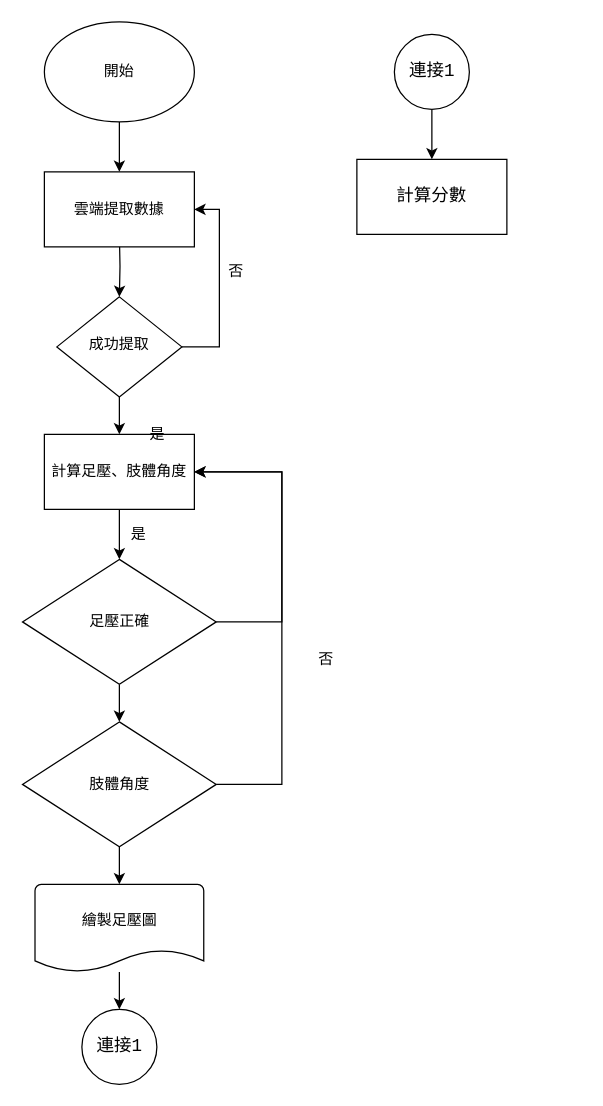
Above: Untitled Diagram.drawio in kelly1117ws/sql_project (draw.io), before the change. Source tidied: cells renumbered, new cells numbered last; positions are measured from the earlier drawing's top-left corner, leaving out a move shared by most shapes. Both pictures are drawn from the tidied source at 125%, with x=0, y=0 at pixel (21, 21).
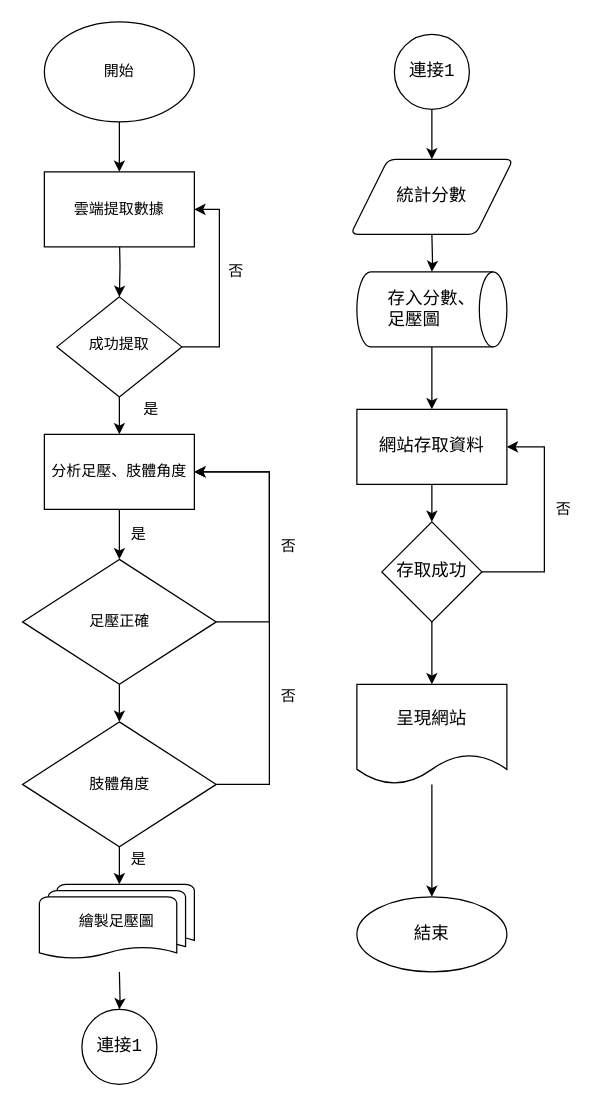
After the change.

Commit message:
新增網站存取方法

Unchanged cells that the change refers to:
```xml
<mxCell id="13" value="足壓正確" style="rhombus;whiteSpace=wrap;html=1;rounded=0;shadow=0;" parent="1" vertex="1">
  <mxGeometry x="0.5" y="430" width="155" height="100" as="geometry" />
</mxCell>
<mxCell id="20" value="肢體角度" style="rhombus;whiteSpace=wrap;html=1;rounded=0;shadow=0;" parent="1" vertex="1">
  <mxGeometry x="0.5" y="560" width="155" height="100" as="geometry" />
</mxCell>
<mxCell id="23" style="verticalLabelPosition=bottom;verticalAlign=top;html=1;shape=mxgraph.flowchart.on-page_reference;shadow=0;fontFamily=Courier New;fontSize=14;strokeWidth=1;" parent="1" vertex="1">
  <mxGeometry x="48" y="790" width="60" height="60" as="geometry" />
</mxCell>
<mxCell id="26" style="verticalLabelPosition=bottom;verticalAlign=top;html=1;shape=mxgraph.flowchart.on-page_reference;shadow=0;fontFamily=Courier New;fontSize=14;strokeWidth=1;" parent="1" vertex="1">
  <mxGeometry x="298" y="10" width="60" height="60" as="geometry" />
</mxCell>
```

Change to the diagram source:
```diff
@@
-    <mxCell id="10" value="計算足壓、&lt;span style=&quot;text-align: right&quot;&gt;肢體角度&lt;/span&gt;" style="rounded=0;whiteSpace=wrap;html=1;shadow=0;" parent="1" vertex="1">
+    <mxCell id="10" value="分析足壓、&lt;span style=&quot;text-align: right&quot;&gt;肢體角度&lt;/span&gt;" style="rounded=0;whiteSpace=wrap;html=1;shadow=0;" parent="1" vertex="1">
       <mxGeometry x="18" y="330" width="120" height="60" as="geometry" />
     </mxCell>
     <mxCell id="11" style="edgeStyle=orthogonalEdgeStyle;rounded=0;jettySize=auto;html=1;entryX=1;entryY=0.5;entryDx=0;entryDy=0;" parent="1" edge="1" source="13" target="10">
       <mxGeometry relative="1" as="geometry">
         <Array as="points">
-          <mxPoint x="208" y="480" />
-          <mxPoint x="208" y="360" />
+          <mxPoint x="198" y="480" />
+          <mxPoint x="198" y="360" />
         </Array>
       </mxGeometry>
     </mxCell>
@@
     <mxCell id="15" value="是" style="text;html=1;align=center;verticalAlign=middle;strokeColor=none;fillColor=none;" parent="1" vertex="1">
-      <mxGeometry x="93" y="320" width="30" height="20" as="geometry" />
+      <mxGeometry x="88" y="300" width="30" height="20" as="geometry" />
     </mxCell>
     <mxCell id="16" value="否" style="text;html=1;align=center;verticalAlign=middle;strokeColor=none;fillColor=none;" parent="1" vertex="1">
-      <mxGeometry x="228" y="500" width="30" height="20" as="geometry" />
+      <mxGeometry x="198" y="410" width="30" height="20" as="geometry" />
     </mxCell>
@@
     <mxCell id="18" style="edgeStyle=orthogonalEdgeStyle;rounded=0;jettySize=auto;html=1;" parent="1" edge="1" source="20">
       <mxGeometry relative="1" as="geometry">
         <mxPoint x="138" y="360" as="targetPoint" />
         <Array as="points">
-          <mxPoint x="208" y="610" />
-          <mxPoint x="208" y="360" />
+          <mxPoint x="198" y="610" />
+          <mxPoint x="198" y="360" />
         </Array>
       </mxGeometry>
     </mxCell>
-    <mxCell id="19" style="edgeStyle=orthogonalEdgeStyle;rounded=0;jettySize=auto;html=1;entryX=0.5;entryY=0;entryDx=0;entryDy=0;entryPerimeter=0;" parent="1" edge="1" source="20" target="22">
-      <mxGeometry relative="1" as="geometry" />
+    <mxCell id="19" style="edgeStyle=orthogonalEdgeStyle;rounded=0;jettySize=auto;html=1;entryX=0.5;entryY=0;entryDx=0;entryDy=0;entryPerimeter=0;" parent="1" edge="1" source="20">
+      <mxGeometry relative="1" as="geometry">
+        <mxPoint x="78" y="690" as="targetPoint" />
+      </mxGeometry>
     </mxCell>
@@
-    <mxCell id="21" style="edgeStyle=orthogonalEdgeStyle;rounded=0;jettySize=auto;html=1;fontFamily=Courier New;fontSize=14;" parent="1" edge="1" source="22" target="23">
-      <mxGeometry relative="1" as="geometry" />
+    <mxCell id="21" style="edgeStyle=orthogonalEdgeStyle;rounded=0;jettySize=auto;html=1;fontFamily=Courier New;fontSize=14;" parent="1" edge="1" target="23">
+      <mxGeometry relative="1" as="geometry">
+        <mxPoint x="78" y="760" as="sourcePoint" />
+      </mxGeometry>
     </mxCell>
-    <mxCell id="22" value="&lt;p style=&quot;line-height: 0.6&quot;&gt;繪製足壓圖&lt;/p&gt;" style="strokeWidth=1;html=1;shape=mxgraph.flowchart.document2;whiteSpace=wrap;size=0.25;shadow=0;align=center;verticalAlign=top;spacing=9;" parent="1" vertex="1">
-      <mxGeometry x="10.5" y="690" width="135" height="70" as="geometry" />
-    </mxCell>
@@
-    <mxCell id="25" style="edgeStyle=orthogonalEdgeStyle;rounded=0;jettySize=auto;html=1;fontFamily=Courier New;fontSize=14;" parent="1" edge="1" source="26" target="28">
-      <mxGeometry relative="1" as="geometry" />
+    <mxCell id="25" style="edgeStyle=orthogonalEdgeStyle;rounded=0;jettySize=auto;html=1;fontFamily=Courier New;fontSize=14;" parent="1" edge="1" source="26">
+      <mxGeometry relative="1" as="geometry">
+        <mxPoint x="328" y="110" as="targetPoint" />
+      </mxGeometry>
     </mxCell>
@@
-    <mxCell id="28" value="計算分數" style="whiteSpace=wrap;html=1;fontSize=14;fontFamily=Courier New;verticalAlign=middle;shadow=0;strokeWidth=1;" parent="1" vertex="1">
-      <mxGeometry x="268" y="110" width="120" height="60" as="geometry" />
-    </mxCell>
+    <mxCell id="30" style="edgeStyle=orthogonalEdgeStyle;rounded=0;jettySize=auto;html=1;fontFamily=Courier New;fontSize=14;" parent="1" edge="1" target="32">
+      <mxGeometry relative="1" as="geometry">
+        <mxPoint x="328" y="170" as="sourcePoint" />
+      </mxGeometry>
+    </mxCell>
@@
+    <mxCell id="22" value="&lt;span style=&quot;font-family: &amp;quot;helvetica&amp;quot; ; font-size: 12px&quot;&gt;繪製足壓圖&lt;/span&gt;" style="strokeWidth=1;html=1;shape=mxgraph.flowchart.multi-document;whiteSpace=wrap;shadow=0;fontFamily=Courier New;fontSize=14;align=center;labelPosition=center;verticalLabelPosition=middle;verticalAlign=middle;" parent="1" vertex="1">
+      <mxGeometry x="14" y="690" width="124" height="60" as="geometry" />
+    </mxCell>
+    <mxCell id="31" style="edgeStyle=orthogonalEdgeStyle;rounded=0;jettySize=auto;html=1;fontFamily=Courier New;fontSize=14;" parent="1" edge="1" source="32" target="35">
+      <mxGeometry relative="1" as="geometry" />
+    </mxCell>
+    <mxCell id="32" value="存入分數、&lt;br&gt;&lt;div style=&quot;text-align: left&quot;&gt;&lt;span&gt;足壓圖&lt;/span&gt;&lt;/div&gt;" style="strokeWidth=1;html=1;shape=mxgraph.flowchart.direct_data;whiteSpace=wrap;shadow=0;fontFamily=Courier New;fontSize=14;" parent="1" vertex="1">
+      <mxGeometry x="268" y="200" width="120" height="60" as="geometry" />
+    </mxCell>
+    <mxCell id="33" value="統計分數" style="shape=parallelogram;html=1;strokeWidth=1;perimeter=parallelogramPerimeter;whiteSpace=wrap;rounded=1;arcSize=12;size=0.23;shadow=0;fontFamily=Courier New;fontSize=14;" parent="1" vertex="1">
+      <mxGeometry x="263" y="110" width="130" height="60" as="geometry" />
+    </mxCell>
+    <mxCell id="34" style="edgeStyle=orthogonalEdgeStyle;rounded=0;jettySize=auto;html=1;fontFamily=Courier New;fontSize=14;" parent="1" edge="1" source="35" target="38">
+      <mxGeometry relative="1" as="geometry" />
+    </mxCell>
+    <mxCell id="35" value="網站存取資料" style="whiteSpace=wrap;html=1;fontSize=14;fontFamily=Courier New;strokeWidth=1;shadow=0;" parent="1" vertex="1">
+      <mxGeometry x="268" y="310" width="120" height="60" as="geometry" />
+    </mxCell>
+    <mxCell id="36" style="edgeStyle=orthogonalEdgeStyle;rounded=0;jettySize=auto;html=1;exitX=1;exitY=0.5;exitDx=0;exitDy=0;entryX=1;entryY=0.5;entryDx=0;entryDy=0;fontFamily=Courier New;fontSize=14;" parent="1" edge="1" source="38" target="35">
+      <mxGeometry relative="1" as="geometry">
+        <Array as="points">
+          <mxPoint x="418" y="440" />
+          <mxPoint x="418" y="340" />
+        </Array>
+      </mxGeometry>
+    </mxCell>
+    <mxCell id="37" style="edgeStyle=orthogonalEdgeStyle;rounded=0;jettySize=auto;html=1;fontFamily=Courier New;fontSize=14;" parent="1" edge="1" source="38" target="43">
+      <mxGeometry relative="1" as="geometry" />
+    </mxCell>
+    <mxCell id="38" value="存取成功" style="rhombus;whiteSpace=wrap;html=1;fontSize=14;fontFamily=Courier New;strokeWidth=1;shadow=0;" parent="1" vertex="1">
+      <mxGeometry x="288" y="400" width="80" height="80" as="geometry" />
+    </mxCell>
+    <mxCell id="39" value="否" style="text;html=1;align=center;verticalAlign=middle;strokeColor=none;fillColor=none;" parent="1" vertex="1">
+      <mxGeometry x="418" y="380" width="30" height="20" as="geometry" />
+    </mxCell>
+    <mxCell id="40" value="否" style="text;html=1;align=center;verticalAlign=middle;strokeColor=none;fillColor=none;" parent="1" vertex="1">
+      <mxGeometry x="198" y="530" width="30" height="20" as="geometry" />
+    </mxCell>
+    <mxCell id="41" value="是" style="text;html=1;align=center;verticalAlign=middle;strokeColor=none;fillColor=none;" parent="1" vertex="1">
+      <mxGeometry x="78" y="660" width="30" height="20" as="geometry" />
+    </mxCell>
+    <mxCell id="42" style="edgeStyle=orthogonalEdgeStyle;rounded=0;jettySize=auto;html=1;fontFamily=Courier New;fontSize=14;" parent="1" edge="1" source="43" target="44">
+      <mxGeometry relative="1" as="geometry" />
+    </mxCell>
+    <mxCell id="43" value="呈現網站" style="shape=document;whiteSpace=wrap;html=1;boundedLbl=1;fontSize=14;fontFamily=Courier New;strokeWidth=1;shadow=0;" parent="1" vertex="1">
+      <mxGeometry x="268" y="530" width="120" height="80" as="geometry" />
+    </mxCell>
+    <mxCell id="44" value="結束" style="ellipse;whiteSpace=wrap;html=1;fontSize=14;fontFamily=Courier New;strokeWidth=1;shadow=0;" parent="1" vertex="1">
+      <mxGeometry x="268" y="700" width="120" height="60" as="geometry" />
+    </mxCell>
```
